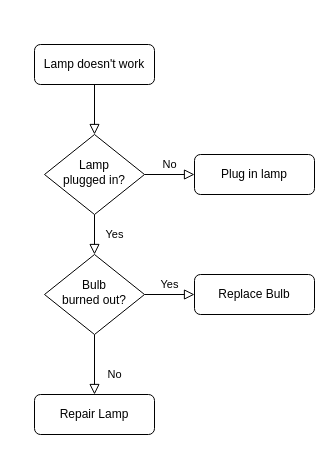
Above: Untitled Diagram.drawio in quintontcampbell/githubTest (draw.io), before the change. Source tidied: cells renumbered, new cells numbered last; positions are measured from the earlier drawing's top-left corner, leaving out a move shared by most shapes. Both pictures are drawn from the tidied source at 100%, with x=0, y=0 at pixel (34, 44).
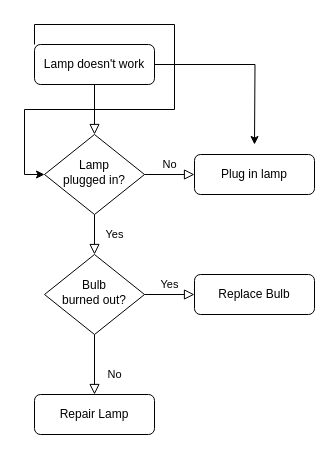
After the change.

The edit, as a diff of the source:
```diff
@@
 <mxGraphModel>
   <root>
     <mxCell id="0" />
     <mxCell id="1" parent="0" />
     <mxCell id="2" style="rounded=0;html=1;jettySize=auto;fontSize=11;endArrow=block;endFill=0;endSize=8;strokeWidth=1;shadow=0;labelBackgroundColor=none;edgeStyle=orthogonalEdgeStyle;" parent="1" edge="1" source="3" target="6">
       <mxGeometry relative="1" as="geometry" />
     </mxCell>
+    <mxCell id="13" style="edgeStyle=orthogonalEdgeStyle;rounded=0;jettySize=auto;html=1;" parent="1" edge="1" source="3">
+      <mxGeometry relative="1" as="geometry">
+        <mxPoint x="220" y="100" as="targetPoint" />
+      </mxGeometry>
+    </mxCell>
+    <mxCell id="14" style="edgeStyle=orthogonalEdgeStyle;rounded=0;jettySize=auto;html=1;exitX=0;exitY=0;exitDx=0;exitDy=0;entryX=0;entryY=0.5;entryDx=0;entryDy=0;" parent="1" edge="1" source="3" target="6">
+      <mxGeometry relative="1" as="geometry" />
+    </mxCell>
     <mxCell id="3" value="Lamp doesn't work" style="rounded=1;whiteSpace=wrap;html=1;fontSize=12;glass=0;strokeWidth=1;shadow=0;" parent="1" vertex="1">
       <mxGeometry width="120" height="40" as="geometry" />
     </mxCell>
     <mxCell id="4" value="Yes" style="rounded=0;html=1;jettySize=auto;fontSize=11;endArrow=block;endFill=0;endSize=8;strokeWidth=1;shadow=0;labelBackgroundColor=none;edgeStyle=orthogonalEdgeStyle;" parent="1" edge="1" source="6" target="10">
       <mxGeometry y="20" relative="1" as="geometry" />
     </mxCell>
     <mxCell id="5" value="No" style="edgeStyle=orthogonalEdgeStyle;rounded=0;html=1;jettySize=auto;fontSize=11;endArrow=block;endFill=0;endSize=8;strokeWidth=1;shadow=0;labelBackgroundColor=none;" parent="1" edge="1" source="6" target="7">
       <mxGeometry y="10" relative="1" as="geometry" />
     </mxCell>
     <mxCell id="6" value="Lamp&lt;br&gt;plugged in?" style="rhombus;whiteSpace=wrap;html=1;shadow=0;fontFamily=Helvetica;fontSize=12;align=center;strokeWidth=1;spacing=6;spacingTop=-4;" parent="1" vertex="1">
       <mxGeometry x="10" y="90" width="100" height="80" as="geometry" />
     </mxCell>
     <mxCell id="7" value="Plug in lamp" style="rounded=1;whiteSpace=wrap;html=1;fontSize=12;glass=0;strokeWidth=1;shadow=0;" parent="1" vertex="1">
       <mxGeometry x="160" y="110" width="120" height="40" as="geometry" />
     </mxCell>
     <mxCell id="8" value="No" style="rounded=0;html=1;jettySize=auto;fontSize=11;endArrow=block;endFill=0;endSize=8;strokeWidth=1;shadow=0;labelBackgroundColor=none;edgeStyle=orthogonalEdgeStyle;" parent="1" edge="1" source="10" target="11">
       <mxGeometry x="0.33" y="20" relative="1" as="geometry" />
     </mxCell>
     <mxCell id="9" value="Yes" style="edgeStyle=orthogonalEdgeStyle;rounded=0;html=1;jettySize=auto;fontSize=11;endArrow=block;endFill=0;endSize=8;strokeWidth=1;shadow=0;labelBackgroundColor=none;" parent="1" edge="1" source="10" target="12">
       <mxGeometry y="10" relative="1" as="geometry" />
     </mxCell>
     <mxCell id="10" value="Bulb&lt;br&gt;burned out?" style="rhombus;whiteSpace=wrap;html=1;shadow=0;fontFamily=Helvetica;fontSize=12;align=center;strokeWidth=1;spacing=6;spacingTop=-4;" parent="1" vertex="1">
       <mxGeometry x="10" y="210" width="100" height="80" as="geometry" />
     </mxCell>
     <mxCell id="11" value="Repair Lamp" style="rounded=1;whiteSpace=wrap;html=1;fontSize=12;glass=0;strokeWidth=1;shadow=0;" parent="1" vertex="1">
       <mxGeometry y="350" width="120" height="40" as="geometry" />
     </mxCell>
     <mxCell id="12" value="Replace Bulb" style="rounded=1;whiteSpace=wrap;html=1;fontSize=12;glass=0;strokeWidth=1;shadow=0;" parent="1" vertex="1">
       <mxGeometry x="160" y="230" width="120" height="40" as="geometry" />
     </mxCell>
   </root>
 </mxGraphModel>
```
